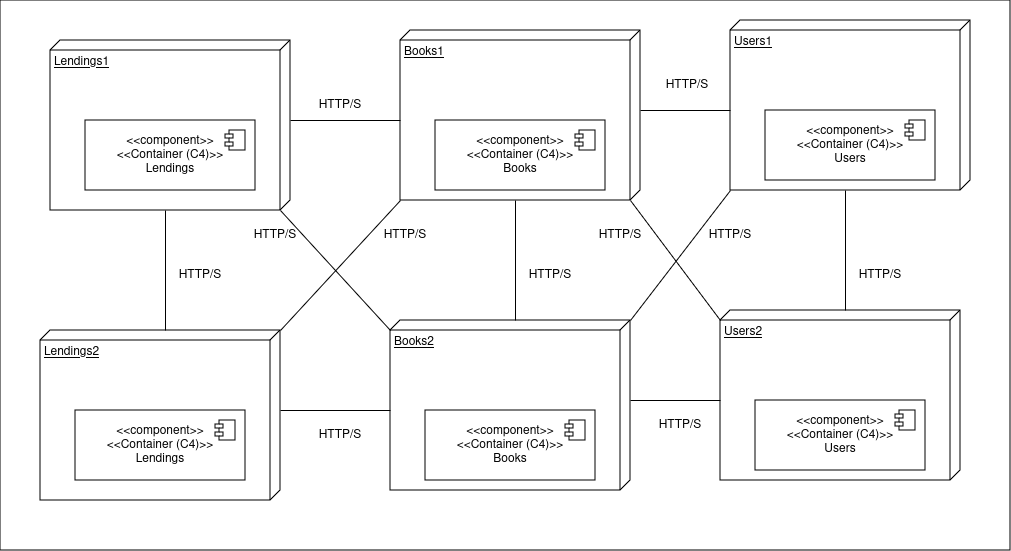
Above: docs/nivel_2/N2-VF.png in AndreFon04/sidis_2024_3DB (draw.io), before the change. Source tidied: cells renumbered, new cells last; positions are measured from the earlier drawing's top-left corner, leaving out a move shared by most shapes. Its diagram source:
```xml
<mxGraphModel>
  <root>
    <mxCell id="0" />
    <mxCell id="1" parent="0" />
    <mxCell id="2" style="html=1;whiteSpace=wrap;" parent="1" vertex="1">
      <mxGeometry width="1010" height="550" as="geometry" />
    </mxCell>
    <mxCell id="3" value="Lendings1" style="verticalAlign=top;align=left;spacingTop=8;spacingLeft=2;spacingRight=12;shape=cube;size=10;direction=south;fontStyle=4;html=1;whiteSpace=wrap;" parent="1" vertex="1">
      <mxGeometry x="50" y="40" width="240" height="170" as="geometry" />
    </mxCell>
    <mxCell id="4" value="&amp;lt;&amp;lt;component&amp;gt;&amp;gt;&lt;div&gt;&amp;lt;&amp;lt;Container (C4)&amp;gt;&amp;gt;&lt;/div&gt;&lt;div&gt;Lendings&lt;/div&gt;" style="html=1;whiteSpace=wrap;" parent="1" vertex="1">
      <mxGeometry x="85" y="120" width="170" height="70" as="geometry" />
    </mxCell>
    <mxCell id="5" style="shape=module;jettyWidth=8;jettyHeight=4;" parent="4" vertex="1">
      <mxGeometry x="1" width="20" height="20" relative="1" as="geometry">
        <mxPoint x="-30" y="10" as="offset" />
      </mxGeometry>
    </mxCell>
    <mxCell id="6" value="Books1" style="verticalAlign=top;align=left;spacingTop=8;spacingLeft=2;spacingRight=12;shape=cube;size=10;direction=south;fontStyle=4;html=1;whiteSpace=wrap;" parent="1" vertex="1">
      <mxGeometry x="400" y="30" width="240" height="170" as="geometry" />
    </mxCell>
    <mxCell id="7" value="&amp;lt;&amp;lt;component&amp;gt;&amp;gt;&lt;div&gt;&amp;lt;&amp;lt;Container (C4)&amp;gt;&amp;gt;&lt;/div&gt;&lt;div&gt;Books&lt;/div&gt;" style="html=1;whiteSpace=wrap;" parent="1" vertex="1">
      <mxGeometry x="435" y="120" width="170" height="70" as="geometry" />
    </mxCell>
    <mxCell id="8" style="shape=module;jettyWidth=8;jettyHeight=4;" parent="7" vertex="1">
      <mxGeometry x="1" width="20" height="20" relative="1" as="geometry">
        <mxPoint x="-30" y="10" as="offset" />
      </mxGeometry>
    </mxCell>
    <mxCell id="9" value="Lendings2" style="verticalAlign=top;align=left;spacingTop=8;spacingLeft=2;spacingRight=12;shape=cube;size=10;direction=south;fontStyle=4;html=1;whiteSpace=wrap;" parent="1" vertex="1">
      <mxGeometry x="40" y="330" width="240" height="170" as="geometry" />
    </mxCell>
    <mxCell id="10" value="&amp;lt;&amp;lt;component&amp;gt;&amp;gt;&lt;div&gt;&amp;lt;&amp;lt;Container (C4)&amp;gt;&amp;gt;&lt;/div&gt;&lt;div&gt;Lendings&lt;/div&gt;" style="html=1;whiteSpace=wrap;" parent="1" vertex="1">
      <mxGeometry x="75" y="410" width="170" height="70" as="geometry" />
    </mxCell>
    <mxCell id="11" style="shape=module;jettyWidth=8;jettyHeight=4;" parent="10" vertex="1">
      <mxGeometry x="1" width="20" height="20" relative="1" as="geometry">
        <mxPoint x="-30" y="10" as="offset" />
      </mxGeometry>
    </mxCell>
    <mxCell id="12" value="Books2" style="verticalAlign=top;align=left;spacingTop=8;spacingLeft=2;spacingRight=12;shape=cube;size=10;direction=south;fontStyle=4;html=1;whiteSpace=wrap;" parent="1" vertex="1">
      <mxGeometry x="390" y="320" width="240" height="170" as="geometry" />
    </mxCell>
    <mxCell id="13" value="&amp;lt;&amp;lt;component&amp;gt;&amp;gt;&lt;div&gt;&amp;lt;&amp;lt;Container (C4)&amp;gt;&amp;gt;&lt;/div&gt;&lt;div&gt;Books&lt;/div&gt;" style="html=1;whiteSpace=wrap;" parent="1" vertex="1">
      <mxGeometry x="425" y="410" width="170" height="70" as="geometry" />
    </mxCell>
    <mxCell id="14" style="shape=module;jettyWidth=8;jettyHeight=4;" parent="13" vertex="1">
      <mxGeometry x="1" width="20" height="20" relative="1" as="geometry">
        <mxPoint x="-30" y="10" as="offset" />
      </mxGeometry>
    </mxCell>
    <mxCell id="15" value="Users1" style="verticalAlign=top;align=left;spacingTop=8;spacingLeft=2;spacingRight=12;shape=cube;size=10;direction=south;fontStyle=4;html=1;whiteSpace=wrap;" parent="1" vertex="1">
      <mxGeometry x="730" y="20" width="240" height="170" as="geometry" />
    </mxCell>
    <mxCell id="16" value="&amp;lt;&amp;lt;component&amp;gt;&amp;gt;&lt;div&gt;&amp;lt;&amp;lt;Container (C4)&amp;gt;&amp;gt;&lt;/div&gt;&lt;div&gt;Users&lt;/div&gt;" style="html=1;whiteSpace=wrap;" parent="1" vertex="1">
      <mxGeometry x="765" y="110" width="170" height="70" as="geometry" />
    </mxCell>
    <mxCell id="17" style="shape=module;jettyWidth=8;jettyHeight=4;" parent="16" vertex="1">
      <mxGeometry x="1" width="20" height="20" relative="1" as="geometry">
        <mxPoint x="-30" y="10" as="offset" />
      </mxGeometry>
    </mxCell>
    <mxCell id="18" value="Users2" style="verticalAlign=top;align=left;spacingTop=8;spacingLeft=2;spacingRight=12;shape=cube;size=10;direction=south;fontStyle=4;html=1;whiteSpace=wrap;" parent="1" vertex="1">
      <mxGeometry x="720" y="310" width="240" height="170" as="geometry" />
    </mxCell>
    <mxCell id="19" value="&amp;lt;&amp;lt;component&amp;gt;&amp;gt;&lt;div&gt;&amp;lt;&amp;lt;Container (C4)&amp;gt;&amp;gt;&lt;/div&gt;&lt;div&gt;Users&lt;/div&gt;" style="html=1;whiteSpace=wrap;" parent="1" vertex="1">
      <mxGeometry x="755" y="400" width="170" height="70" as="geometry" />
    </mxCell>
    <mxCell id="20" style="shape=module;jettyWidth=8;jettyHeight=4;" parent="19" vertex="1">
      <mxGeometry x="1" width="20" height="20" relative="1" as="geometry">
        <mxPoint x="-30" y="10" as="offset" />
      </mxGeometry>
    </mxCell>
    <mxCell id="21" style="endArrow=none;html=1;rounded=0;entryX=0;entryY=0;entryDx=170;entryDy=125;entryPerimeter=0;exitX=0;exitY=0;exitDx=0;exitDy=115;exitPerimeter=0;" parent="1" edge="1" source="9" target="3">
      <mxGeometry relative="1" as="geometry" />
    </mxCell>
    <mxCell id="22" style="endArrow=none;html=1;rounded=0;entryX=0;entryY=0;entryDx=170;entryDy=125;entryPerimeter=0;exitX=0;exitY=0;exitDx=0;exitDy=115;exitPerimeter=0;" parent="1" edge="1" source="12" target="6">
      <mxGeometry relative="1" as="geometry" />
    </mxCell>
    <mxCell id="23" style="endArrow=none;html=1;rounded=0;entryX=0;entryY=0;entryDx=170;entryDy=125;entryPerimeter=0;exitX=0;exitY=0;exitDx=0;exitDy=115;exitPerimeter=0;" parent="1" edge="1" source="18" target="15">
      <mxGeometry relative="1" as="geometry" />
    </mxCell>
    <mxCell id="24" value="HTTP/S" style="text;html=1;align=center;verticalAlign=middle;whiteSpace=wrap;rounded=0;" parent="1" vertex="1">
      <mxGeometry x="170" y="260" width="60" height="30" as="geometry" />
    </mxCell>
    <mxCell id="25" style="endArrow=none;html=1;rounded=0;entryX=0;entryY=0;entryDx=80;entryDy=0;entryPerimeter=0;exitX=0;exitY=0;exitDx=90;exitDy=240;exitPerimeter=0;" parent="1" edge="1" source="6" target="3">
      <mxGeometry relative="1" as="geometry" />
    </mxCell>
    <mxCell id="26" style="endArrow=none;html=1;rounded=0;entryX=0;entryY=0;entryDx=80;entryDy=0;entryPerimeter=0;exitX=0;exitY=0;exitDx=90;exitDy=240;exitPerimeter=0;" parent="1" edge="1" source="15" target="6">
      <mxGeometry relative="1" as="geometry" />
    </mxCell>
    <mxCell id="27" style="endArrow=none;html=1;rounded=0;entryX=0;entryY=0;entryDx=80;entryDy=0;entryPerimeter=0;exitX=0;exitY=0;exitDx=90;exitDy=240;exitPerimeter=0;" parent="1" edge="1" source="12" target="9">
      <mxGeometry relative="1" as="geometry" />
    </mxCell>
    <mxCell id="28" style="endArrow=none;html=1;rounded=0;entryX=0;entryY=0;entryDx=80;entryDy=0;entryPerimeter=0;exitX=0;exitY=0;exitDx=90;exitDy=240;exitPerimeter=0;" parent="1" edge="1" source="18" target="12">
      <mxGeometry relative="1" as="geometry" />
    </mxCell>
    <mxCell id="29" value="HTTP/S" style="text;html=1;align=center;verticalAlign=middle;whiteSpace=wrap;rounded=0;" parent="1" vertex="1">
      <mxGeometry x="310" y="90" width="60" height="30" as="geometry" />
    </mxCell>
    <mxCell id="30" value="HTTP/S" style="text;html=1;align=center;verticalAlign=middle;whiteSpace=wrap;rounded=0;" parent="1" vertex="1">
      <mxGeometry x="650" y="410" width="60" height="30" as="geometry" />
    </mxCell>
    <mxCell id="31" value="HTTP/S" style="text;html=1;align=center;verticalAlign=middle;whiteSpace=wrap;rounded=0;" parent="1" vertex="1">
      <mxGeometry x="310" y="420" width="60" height="30" as="geometry" />
    </mxCell>
    <mxCell id="32" value="HTTP/S" style="text;html=1;align=center;verticalAlign=middle;whiteSpace=wrap;rounded=0;" parent="1" vertex="1">
      <mxGeometry x="657" y="70" width="60" height="30" as="geometry" />
    </mxCell>
    <mxCell id="33" value="HTTP/S" style="text;html=1;align=center;verticalAlign=middle;whiteSpace=wrap;rounded=0;" parent="1" vertex="1">
      <mxGeometry x="850" y="260" width="60" height="30" as="geometry" />
    </mxCell>
    <mxCell id="34" value="HTTP/S" style="text;html=1;align=center;verticalAlign=middle;whiteSpace=wrap;rounded=0;" parent="1" vertex="1">
      <mxGeometry x="520" y="260" width="60" height="30" as="geometry" />
    </mxCell>
    <mxCell id="35" style="endArrow=none;html=1;rounded=0;entryX=1;entryY=1;entryDx=0;entryDy=0;entryPerimeter=0;exitX=0;exitY=0;exitDx=0;exitDy=0;exitPerimeter=0;" parent="1" edge="1" source="12" target="15">
      <mxGeometry relative="1" as="geometry" />
    </mxCell>
    <mxCell id="36" style="endArrow=none;html=1;rounded=0;entryX=0;entryY=0;entryDx=170;entryDy=10;entryPerimeter=0;exitX=0;exitY=0;exitDx=10;exitDy=240;exitPerimeter=0;" parent="1" edge="1" source="18" target="6">
      <mxGeometry relative="1" as="geometry" />
    </mxCell>
    <mxCell id="37" style="endArrow=none;html=1;rounded=0;entryX=1;entryY=1;entryDx=0;entryDy=0;entryPerimeter=0;exitX=0;exitY=0;exitDx=0;exitDy=0;exitPerimeter=0;" parent="1" edge="1" source="9" target="6">
      <mxGeometry relative="1" as="geometry" />
    </mxCell>
    <mxCell id="38" style="endArrow=none;html=1;rounded=0;entryX=0;entryY=0;entryDx=170;entryDy=10;entryPerimeter=0;exitX=0;exitY=0;exitDx=10;exitDy=240;exitPerimeter=0;" parent="1" edge="1" source="12" target="3">
      <mxGeometry relative="1" as="geometry" />
    </mxCell>
    <mxCell id="39" value="HTTP/S" style="text;html=1;align=center;verticalAlign=middle;whiteSpace=wrap;rounded=0;" parent="1" vertex="1">
      <mxGeometry x="700" y="220" width="60" height="30" as="geometry" />
    </mxCell>
    <mxCell id="40" value="HTTP/S" style="text;html=1;align=center;verticalAlign=middle;whiteSpace=wrap;rounded=0;" parent="1" vertex="1">
      <mxGeometry x="590" y="220" width="60" height="30" as="geometry" />
    </mxCell>
    <mxCell id="41" value="HTTP/S" style="text;html=1;align=center;verticalAlign=middle;whiteSpace=wrap;rounded=0;" parent="1" vertex="1">
      <mxGeometry x="245" y="220" width="60" height="30" as="geometry" />
    </mxCell>
    <mxCell id="42" value="HTTP/S" style="text;html=1;align=center;verticalAlign=middle;whiteSpace=wrap;rounded=0;" parent="1" vertex="1">
      <mxGeometry x="375" y="220" width="60" height="30" as="geometry" />
    </mxCell>
  </root>
</mxGraphModel>
```
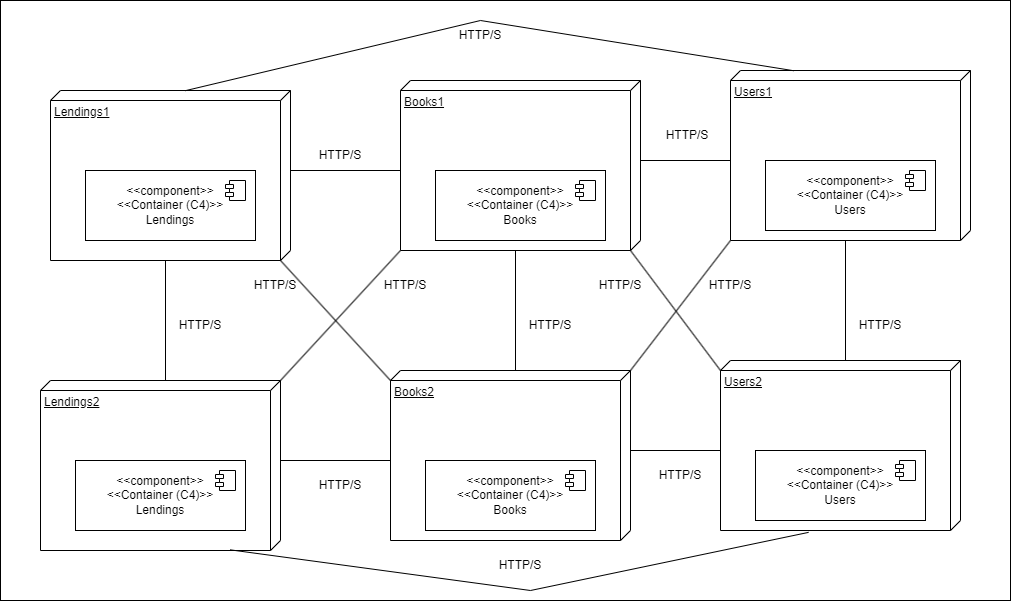
After the commit.

Diff of the diagram source:
```diff
@@ -3,7 +3,7 @@
     <mxCell id="0" />
     <mxCell id="1" parent="0" />
     <mxCell id="2" style="html=1;whiteSpace=wrap;" parent="1" vertex="1">
-      <mxGeometry width="1010" height="550" as="geometry" />
+      <mxGeometry y="-50" width="1010" height="600" as="geometry" />
     </mxCell>
     <mxCell id="3" value="Lendings1" style="verticalAlign=top;align=left;spacingTop=8;spacingLeft=2;spacingRight=12;shape=cube;size=10;direction=south;fontStyle=4;html=1;whiteSpace=wrap;" parent="1" vertex="1">
       <mxGeometry x="50" y="40" width="240" height="170" as="geometry" />
@@ -137,5 +137,25 @@
     <mxCell id="42" value="HTTP/S" style="text;html=1;align=center;verticalAlign=middle;whiteSpace=wrap;rounded=0;" parent="1" vertex="1">
       <mxGeometry x="375" y="220" width="60" height="30" as="geometry" />
     </mxCell>
+    <mxCell id="43" style="endArrow=none;html=1;rounded=0;entryX=0.996;entryY=0.21;entryDx=0;entryDy=0;entryPerimeter=0;exitX=1.011;exitY=0.633;exitDx=0;exitDy=0;exitPerimeter=0;" parent="1" edge="1" source="18" target="9">
+      <mxGeometry relative="1" as="geometry">
+        <Array as="points">
+          <mxPoint x="530" y="540" />
+        </Array>
+      </mxGeometry>
+    </mxCell>
+    <mxCell id="44" value="HTTP/S" style="text;html=1;align=center;verticalAlign=middle;whiteSpace=wrap;rounded=0;" parent="1" vertex="1">
+      <mxGeometry x="490" y="500" width="60" height="30" as="geometry" />
+    </mxCell>
+    <mxCell id="45" value="HTTP/S" style="text;html=1;align=center;verticalAlign=middle;whiteSpace=wrap;rounded=0;" parent="1" vertex="1">
+      <mxGeometry x="450" y="-30" width="60" height="30" as="geometry" />
+    </mxCell>
+    <mxCell id="46" style="endArrow=none;html=1;rounded=0;entryX=0.001;entryY=0.438;entryDx=0;entryDy=0;entryPerimeter=0;exitX=0.001;exitY=0.738;exitDx=0;exitDy=0;exitPerimeter=0;" parent="1" edge="1" source="15" target="3">
+      <mxGeometry relative="1" as="geometry">
+        <Array as="points">
+          <mxPoint x="480" y="-30" />
+        </Array>
+      </mxGeometry>
+    </mxCell>
   </root>
 </mxGraphModel>
```
